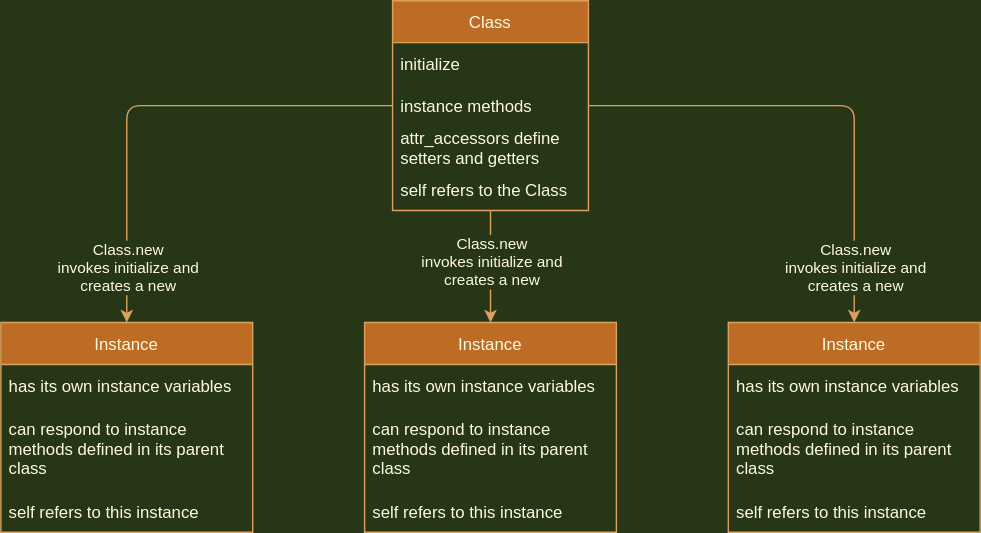
This is assets/oo-ruby.drawio.svg from learn-co-students/SENG-LIVE-042522-phase-3, a draw.io export, as it was before one commit. Source tidied: cells renumbered, new cells last; positions are measured from the earlier drawing's top-left corner, leaving out a move shared by most shapes.
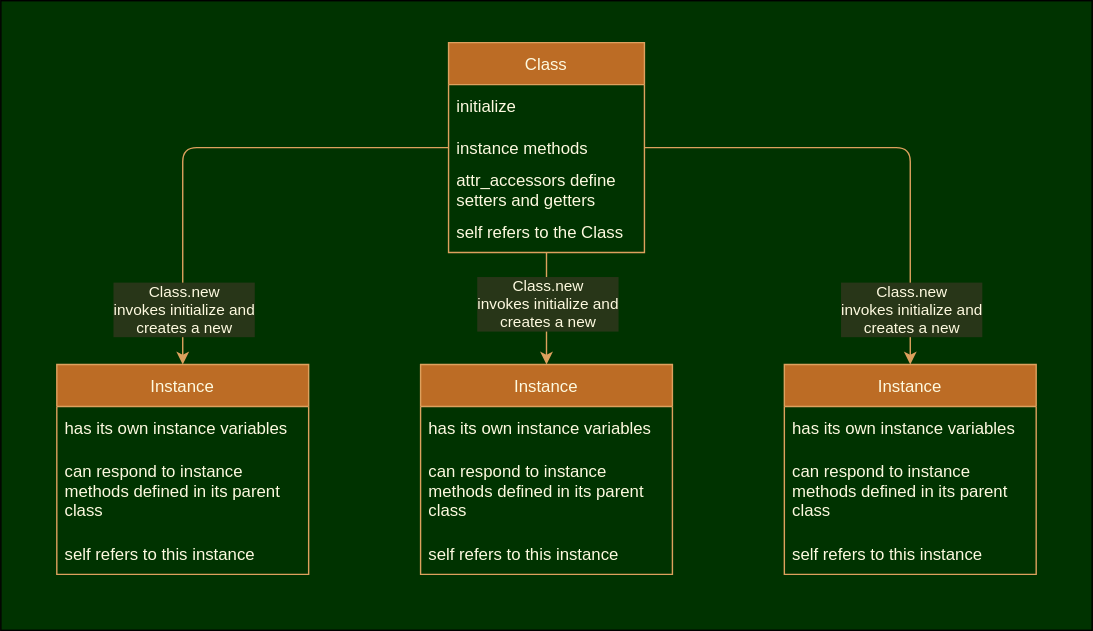
The same diagram one commit later.

Commit message:
update background for oo ruby image

Diff of the diagram source:
```diff
@@ -1,6 +1,10 @@
 <mxGraphModel background="#283618">
   <root>
     <mxCell id="0" />
+    <mxCell id="25" value="BG" parent="0" />
+    <mxCell id="26" style="rounded=0;whiteSpace=wrap;html=1;fillColor=#003300;" parent="25" vertex="1">
+      <mxGeometry x="-40" y="-30" width="780" height="450" as="geometry" />
+    </mxCell>
     <mxCell id="1" parent="0" />
     <mxCell id="2" style="edgeStyle=orthogonalEdgeStyle;curved=0;rounded=1;sketch=0;jettySize=auto;html=1;fontColor=#FEFAE0;strokeColor=#DDA15E;fillColor=#BC6C25;labelBackgroundColor=#283618;" parent="1" edge="1" source="8">
       <mxGeometry relative="1" as="geometry">
```
